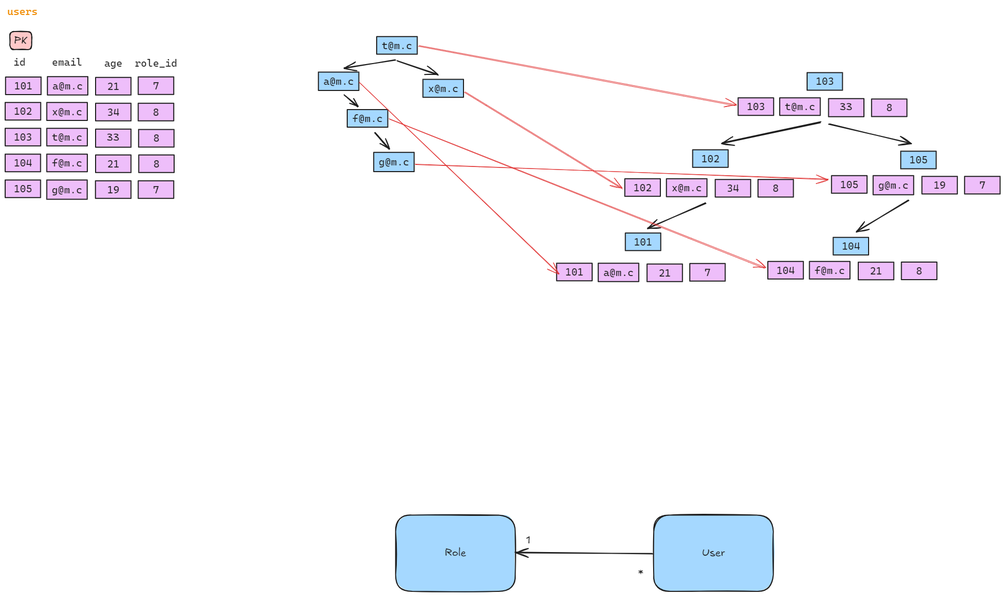
silvercodes/p32_p34_db_sql keeps this Excalidraw diagram as img/ddl.excalidraw.png. Above is the earlier version. Source tidied: one line per element, renumbered; positions are measured from the earlier drawing's top-left corner, leaving out a move shared by most shapes.
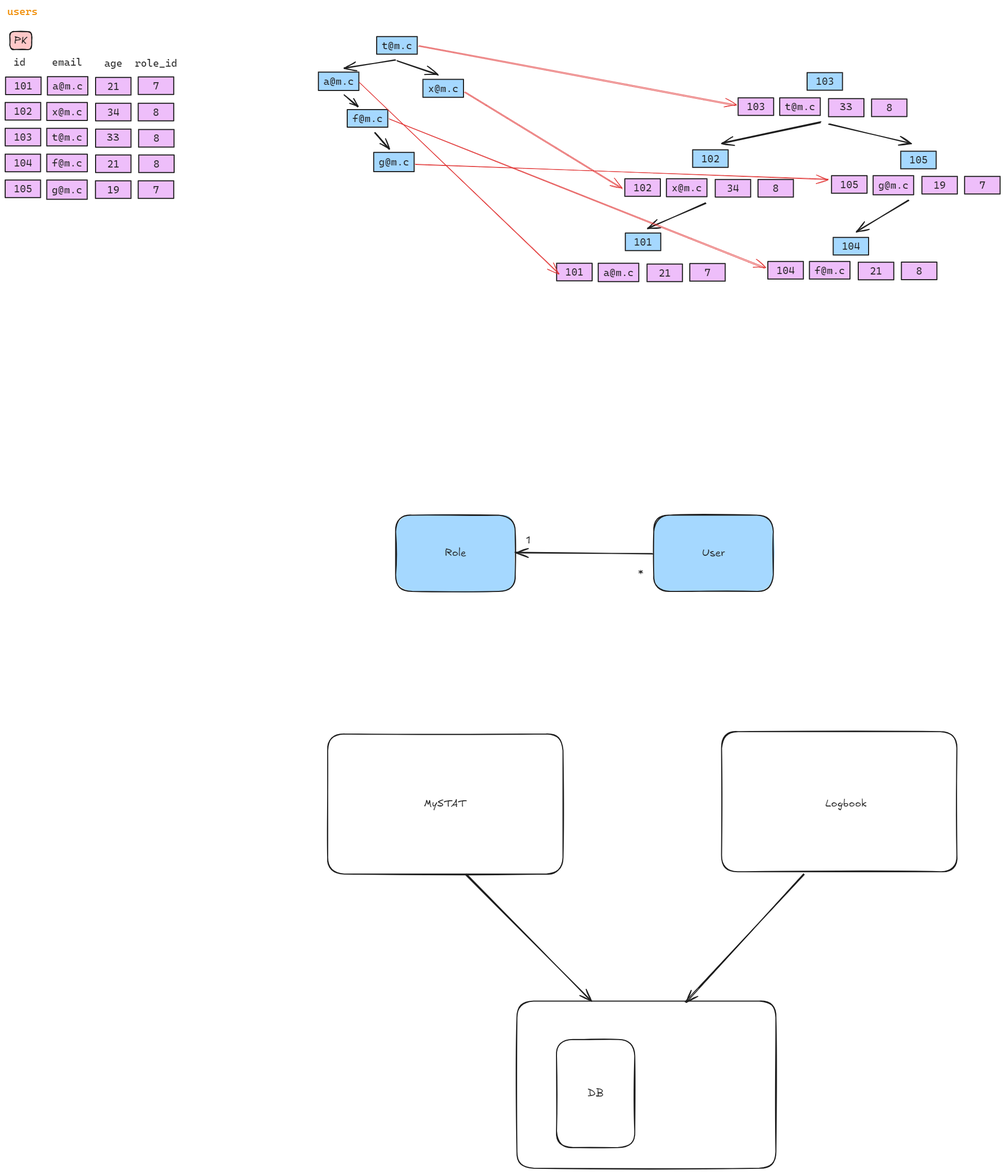
After the commit.

What changed in the source:
```diff
@@ -129,3 +129,12 @@
 {"id": 128, "type": "arrow", "strokeColor": "#1e1e1e", "backgroundColor": "#a5d8ff", "fillStyle": "solid", "strokeWidth": 2, "roughness": 1, "endArrowhead": "arrow", "round": true, "from": 126, "to": 124, "x": 1253, "y": 1061, "width": 265, "height": 2, "points": [[0, 0], [-265, -2]]}
 {"id": 129, "type": "text", "text": "1", "strokeColor": "#1e1e1e", "backgroundColor": "#a5d8ff", "fillStyle": "solid", "strokeWidth": 2, "roughness": 1, "fontSize": 20, "fontFamily": 5, "x": 1008, "y": 1024, "width": 9, "height": 25}
 {"id": 130, "type": "text", "text": "*", "strokeColor": "#1e1e1e", "backgroundColor": "#a5d8ff", "fillStyle": "solid", "strokeWidth": 2, "roughness": 1, "fontSize": 20, "fontFamily": 5, "x": 1225, "y": 1088, "width": 10, "height": 25}
+{"id": 131, "type": "rectangle", "strokeColor": "#1e1e1e", "strokeWidth": 2, "roughness": 1, "round": true, "x": 624, "y": 1410, "width": 455, "height": 271}
+{"id": 132, "type": "text", "text": "MySTAT", "strokeColor": "#1e1e1e", "strokeWidth": 2, "roughness": 1, "fontSize": 20, "fontFamily": 5, "textAlign": "center", "verticalAlign": "middle", "inside": 131, "x": 810, "y": 1533, "width": 83, "height": 25}
+{"id": 133, "type": "rectangle", "strokeColor": "#1e1e1e", "strokeWidth": 2, "roughness": 1, "round": true, "x": 1386, "y": 1405, "width": 455, "height": 271}
+{"id": 134, "type": "text", "text": "Logbook", "strokeColor": "#1e1e1e", "strokeWidth": 2, "roughness": 1, "fontSize": 20, "fontFamily": 5, "x": 1588, "y": 1532, "width": 80, "height": 25}
+{"id": 135, "type": "rectangle", "strokeColor": "#1e1e1e", "strokeWidth": 2, "roughness": 1, "round": true, "x": 990, "y": 1926, "width": 501, "height": 323}
+{"id": 136, "type": "arrow", "strokeColor": "#1e1e1e", "strokeWidth": 2, "roughness": 1, "endArrowhead": "arrow", "round": true, "from": 131, "to": 135, "x": 892, "y": 1682, "width": 242, "height": 245, "points": [[0, 0], [242, 245]]}
+{"id": 137, "type": "arrow", "strokeColor": "#1e1e1e", "strokeWidth": 2, "roughness": 1, "endArrowhead": "arrow", "round": true, "from": 133, "to": 135, "x": 1546, "y": 1682, "width": 229, "height": 247, "points": [[0, 0], [-229, 247]]}
+{"id": 138, "type": "rectangle", "strokeColor": "#1e1e1e", "strokeWidth": 2, "roughness": 1, "round": true, "x": 1067, "y": 2001, "width": 151, "height": 209}
+{"id": 139, "type": "text", "text": "DB", "strokeColor": "#1e1e1e", "strokeWidth": 2, "roughness": 1, "fontSize": 20, "fontFamily": 5, "textAlign": "center", "verticalAlign": "middle", "inside": 138, "x": 1127, "y": 2093, "width": 31, "height": 25}
```
